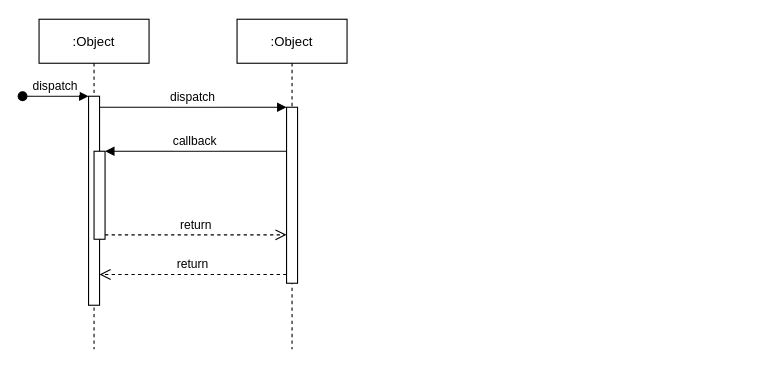
The draw.io diagram addDiagram.drawio in huangchengbuhuang/demo, before the edit. Source tidied: cells renumbered, new cells numbered last; positions are measured from the earlier drawing's top-left corner, leaving out a move shared by most shapes. Both pictures are drawn from the tidied source at 110%, with x=0, y=0 at pixel (22, 19).
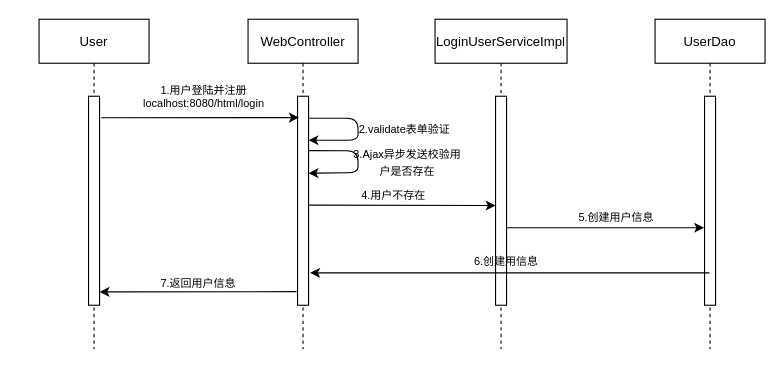
The same page after the edit.

The change refers to these unchanged cells:
```xml
<mxCell id="3" style="points=[];perimeter=orthogonalPerimeter;rounded=0;shadow=0;strokeWidth=1;" parent="2" vertex="1">
  <mxGeometry x="45" y="70" width="10" height="190" as="geometry" />
</mxCell>
```

What changed in the source:
```diff
@@
-    <mxCell id="2" value=":Object" style="shape=umlLifeline;perimeter=lifelinePerimeter;rounded=0;shadow=0;strokeWidth=1;" parent="1" vertex="1">
+    <mxCell id="2" value="User" style="shape=umlLifeline;perimeter=lifelinePerimeter;rounded=0;shadow=0;strokeWidth=1;" parent="1" vertex="1">
       <mxGeometry x="15" width="100" height="300" as="geometry" />
     </mxCell>
@@
-    <mxCell id="4" value="dispatch" style="verticalAlign=bottom;startArrow=oval;endArrow=block;startSize=8;shadow=0;strokeWidth=1;" parent="2" edge="1" target="3">
-      <mxGeometry relative="1" as="geometry">
-        <mxPoint x="-15" y="70" as="sourcePoint" />
-      </mxGeometry>
-    </mxCell>
-    <mxCell id="5" style="points=[];perimeter=orthogonalPerimeter;rounded=0;shadow=0;strokeWidth=1;" parent="2" vertex="1">
-      <mxGeometry x="50" y="120" width="10" height="80" as="geometry" />
-    </mxCell>
-    <mxCell id="6" value=":Object" style="shape=umlLifeline;perimeter=lifelinePerimeter;rounded=0;shadow=0;strokeWidth=1;" parent="1" vertex="1">
-      <mxGeometry x="195" width="100" height="300" as="geometry" />
-    </mxCell>
-    <mxCell id="7" style="points=[];perimeter=orthogonalPerimeter;rounded=0;shadow=0;strokeWidth=1;" parent="6" vertex="1">
-      <mxGeometry x="45" y="80" width="10" height="160" as="geometry" />
-    </mxCell>
-    <mxCell id="8" value="return" style="verticalAlign=bottom;endArrow=open;dashed=1;endSize=8;exitX=0;exitY=0.95;shadow=0;strokeWidth=1;" parent="1" edge="1" source="7" target="3">
-      <mxGeometry relative="1" as="geometry" />
-    </mxCell>
-    <mxCell id="9" value="dispatch" style="verticalAlign=bottom;endArrow=block;entryX=0;entryY=0;shadow=0;strokeWidth=1;" parent="1" edge="1" source="3" target="7">
-      <mxGeometry relative="1" as="geometry" />
-    </mxCell>
-    <mxCell id="10" value="callback" style="verticalAlign=bottom;endArrow=block;entryX=1;entryY=0;shadow=0;strokeWidth=1;" parent="1" edge="1" source="7" target="5">
-      <mxGeometry relative="1" as="geometry" />
-    </mxCell>
-    <mxCell id="11" value="return" style="verticalAlign=bottom;endArrow=open;dashed=1;endSize=8;exitX=1;exitY=0.95;shadow=0;strokeWidth=1;" parent="1" edge="1" source="5" target="7">
-      <mxGeometry relative="1" as="geometry" />
-    </mxCell>
+    <mxCell id="12" value="WebController" style="shape=umlLifeline;perimeter=lifelinePerimeter;rounded=0;shadow=0;strokeWidth=1;" parent="1" vertex="1">
+      <mxGeometry x="205" width="100" height="300" as="geometry" />
+    </mxCell>
+    <mxCell id="13" style="points=[];perimeter=orthogonalPerimeter;rounded=0;shadow=0;strokeWidth=1;" parent="12" vertex="1">
+      <mxGeometry x="45" y="70" width="10" height="190" as="geometry" />
+    </mxCell>
+    <mxCell id="14" style="endArrow=classic;html=1;" parent="12" edge="1">
+      <mxGeometry relative="1" as="geometry">
+        <mxPoint x="55" y="90" as="sourcePoint" />
+        <mxPoint x="55" y="110" as="targetPoint" />
+        <Array as="points">
+          <mxPoint x="100" y="90" />
+          <mxPoint x="100" y="110" />
+        </Array>
+      </mxGeometry>
+    </mxCell>
+    <mxCell id="15" value="LoginUserServiceImpl" style="shape=umlLifeline;perimeter=lifelinePerimeter;rounded=0;shadow=0;strokeWidth=1;" parent="1" vertex="1">
+      <mxGeometry x="375" width="120" height="300" as="geometry" />
+    </mxCell>
+    <mxCell id="16" style="points=[];perimeter=orthogonalPerimeter;rounded=0;shadow=0;strokeWidth=1;" parent="15" vertex="1">
+      <mxGeometry x="55" y="70" width="10" height="190" as="geometry" />
+    </mxCell>
+    <mxCell id="17" value="&lt;font style=&quot;font-size: 10px&quot;&gt;6.创建用信息&lt;/font&gt;" style="text;html=1;strokeColor=none;fillColor=none;align=center;verticalAlign=middle;whiteSpace=wrap;rounded=0;" parent="15" vertex="1">
+      <mxGeometry x="30" y="210" width="70" height="20" as="geometry" />
+    </mxCell>
+    <mxCell id="18" value="UserDao" style="shape=umlLifeline;perimeter=lifelinePerimeter;rounded=0;shadow=0;strokeWidth=1;" parent="1" vertex="1">
+      <mxGeometry x="575" width="100" height="300" as="geometry" />
+    </mxCell>
+    <mxCell id="19" style="points=[];perimeter=orthogonalPerimeter;rounded=0;shadow=0;strokeWidth=1;" parent="18" vertex="1">
+      <mxGeometry x="45" y="70" width="10" height="190" as="geometry" />
+    </mxCell>
+    <mxCell id="20" style="endArrow=classic;html=1;exitX=1.148;exitY=0.103;exitDx=0;exitDy=0;exitPerimeter=0;entryX=0.117;entryY=0.102;entryDx=0;entryDy=0;entryPerimeter=0;" parent="1" edge="1" source="3" target="13">
+      <mxGeometry relative="1" as="geometry" />
+    </mxCell>
+    <mxCell id="21" value="&lt;div style=&quot;font-size: 10px&quot;&gt;&lt;font style=&quot;font-size: 10px&quot;&gt;1.用户登陆并注册&lt;/font&gt;&lt;/div&gt;&lt;div style=&quot;font-size: 10px&quot;&gt;&lt;font style=&quot;font-size: 10px&quot;&gt;localhost:8080/html/login&lt;br&gt;&lt;/font&gt;&lt;/div&gt;" style="text;html=1;strokeColor=none;fillColor=none;align=center;verticalAlign=middle;whiteSpace=wrap;rounded=0;" parent="1" vertex="1">
+      <mxGeometry x="105" y="60" width="120" height="20" as="geometry" />
+    </mxCell>
+    <mxCell id="22" style="endArrow=classic;html=1;entryX=0.01;entryY=0.42;entryDx=0;entryDy=0;entryPerimeter=0;exitX=1.066;exitY=0.521;exitDx=0;exitDy=0;exitPerimeter=0;" parent="1" edge="1" source="13">
+      <mxGeometry relative="1" as="geometry">
+        <mxPoint x="430.1" y="169.3" as="targetPoint" />
+      </mxGeometry>
+    </mxCell>
+    <mxCell id="23" style="endArrow=classic;html=1;entryX=-0.039;entryY=0.629;entryDx=0;entryDy=0;entryPerimeter=0;" parent="1" edge="1" source="16" target="19">
+      <mxGeometry relative="1" as="geometry" />
+    </mxCell>
+    <mxCell id="24" style="endArrow=classic;html=1;entryX=1.005;entryY=0.936;entryDx=0;entryDy=0;entryPerimeter=0;exitX=-0.088;exitY=0.935;exitDx=0;exitDy=0;exitPerimeter=0;" parent="1" edge="1" source="13" target="3">
+      <mxGeometry relative="1" as="geometry" />
+    </mxCell>
+    <mxCell id="25" style="endArrow=classic;html=1;entryX=1.14;entryY=0.845;entryDx=0;entryDy=0;entryPerimeter=0;" parent="1" edge="1" source="18" target="13">
+      <mxGeometry relative="1" as="geometry" />
+    </mxCell>
+    <mxCell id="26" value="&lt;font style=&quot;font-size: 10px&quot;&gt;4.用户不存在&lt;/font&gt;" style="text;html=1;strokeColor=none;fillColor=none;align=center;verticalAlign=middle;whiteSpace=wrap;rounded=0;" parent="1" vertex="1">
+      <mxGeometry x="305" y="150" width="65" height="20" as="geometry" />
+    </mxCell>
+    <mxCell id="27" value="&lt;font style=&quot;font-size: 10px&quot;&gt;5.创建用户信息&lt;/font&gt;" style="text;html=1;strokeColor=none;fillColor=none;align=center;verticalAlign=middle;whiteSpace=wrap;rounded=0;" parent="1" vertex="1">
+      <mxGeometry x="495" y="170" width="90" height="20" as="geometry" />
+    </mxCell>
+    <mxCell id="28" value="&lt;font style=&quot;font-size: 10px&quot;&gt;7.返回用户信息&lt;/font&gt;" style="text;html=1;strokeColor=none;fillColor=none;align=center;verticalAlign=middle;whiteSpace=wrap;rounded=0;" parent="1" vertex="1">
+      <mxGeometry x="115" y="230" width="90" height="20" as="geometry" />
+    </mxCell>
+    <mxCell id="29" style="endArrow=classic;html=1;exitX=1.001;exitY=0.26;exitDx=0;exitDy=0;exitPerimeter=0;" parent="1" edge="1" source="13">
+      <mxGeometry relative="1" as="geometry">
+        <mxPoint x="260" y="140" as="targetPoint" />
+        <Array as="points">
+          <mxPoint x="305" y="119.5" />
+          <mxPoint x="305" y="139.5" />
+        </Array>
+      </mxGeometry>
+    </mxCell>
+    <mxCell id="30" value="&lt;font style=&quot;font-size: 10px&quot;&gt;2.validate表单验证&lt;br&gt;&lt;/font&gt;" style="text;html=1;strokeColor=none;fillColor=none;align=center;verticalAlign=middle;whiteSpace=wrap;rounded=0;" parent="1" vertex="1">
+      <mxGeometry x="295" y="90" width="105" height="20" as="geometry" />
+    </mxCell>
+    <mxCell id="31" value="&lt;font style=&quot;font-size: 10px&quot;&gt;3.Ajax异步发送校验用户是否存在&lt;br&gt;&lt;/font&gt;" style="text;html=1;strokeColor=none;fillColor=none;align=center;verticalAlign=middle;whiteSpace=wrap;rounded=0;" parent="1" vertex="1">
+      <mxGeometry x="300" y="120" width="100" height="20" as="geometry" />
+    </mxCell>
```
